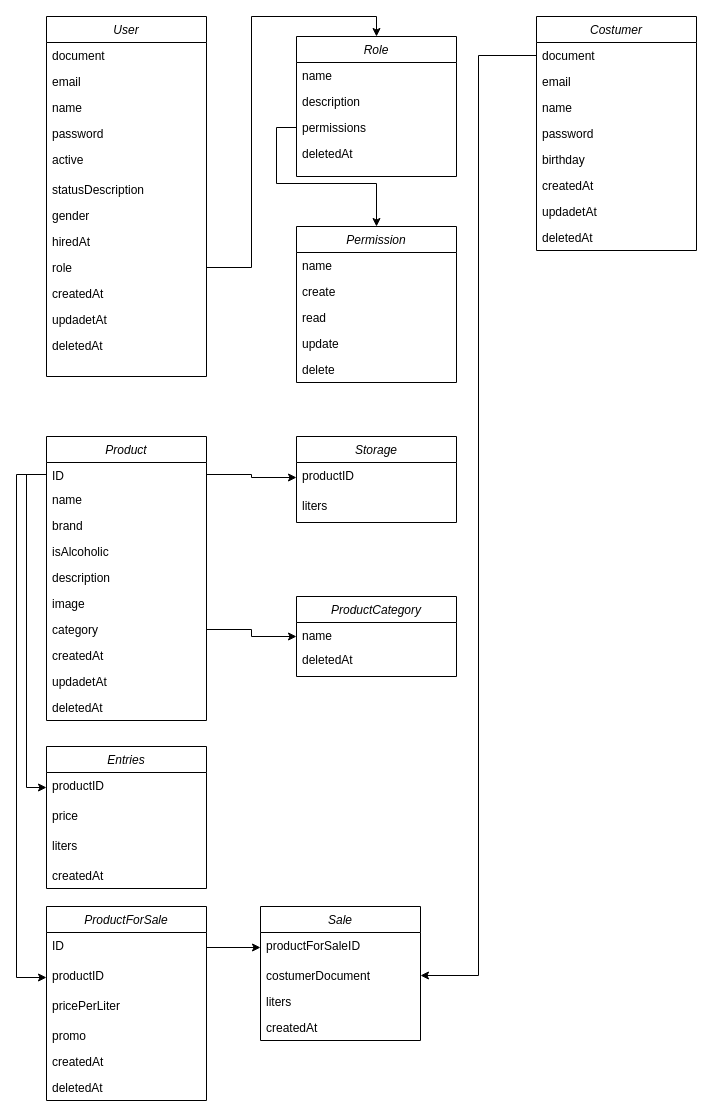
Before: docs/ClassDiagram.drawio in viniciusgugelmin/iam-next-up, a draw.io diagram. Source tidied: cells renumbered, new cells numbered last; positions are measured from the earlier drawing's top-left corner, leaving out a move shared by most shapes. Both pictures are drawn from the tidied source at 100%, with x=0, y=0 at pixel (16, 16).
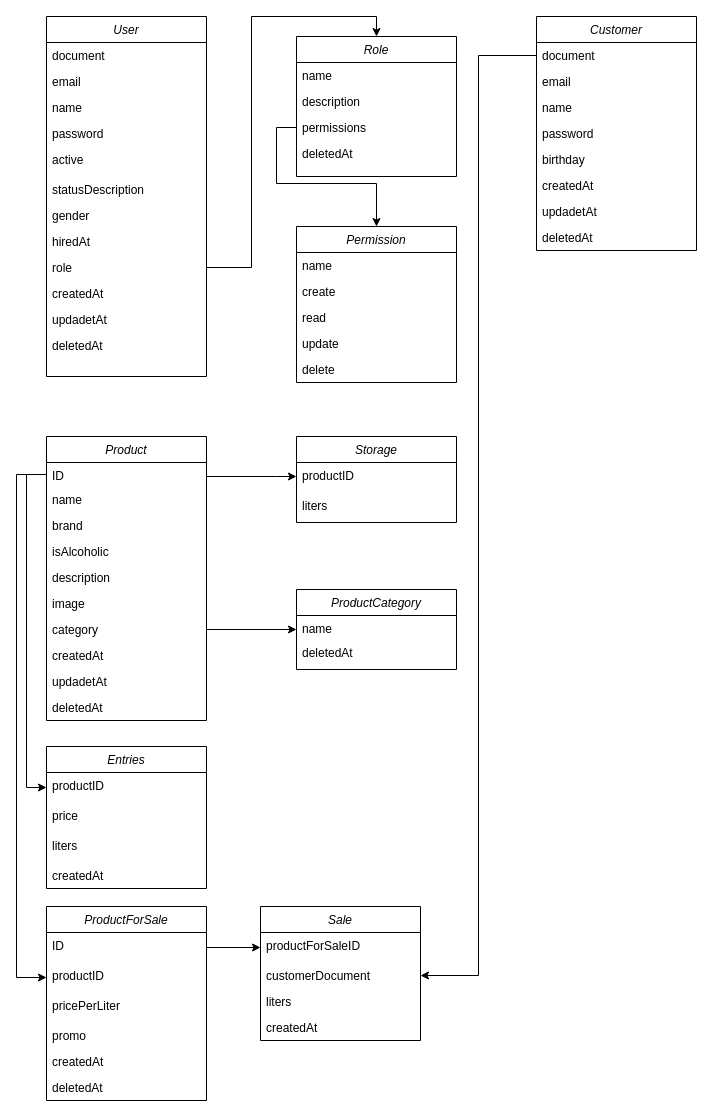
The same page after the edit.

Unchanged cells that the change refers to:
```xml
<mxCell id="29" value="ID" style="text;align=left;verticalAlign=top;spacingLeft=4;spacingRight=4;overflow=hidden;points=[[0,0.5],[1,0.5]];portConstraint=eastwest;" parent="28" vertex="1">
  <mxGeometry y="26" width="160" height="24" as="geometry" />
</mxCell>
<mxCell id="40" value="productID" style="text;align=left;verticalAlign=top;spacingLeft=4;spacingRight=4;overflow=hidden;points=[[0,0.5],[1,0.5]];portConstraint=eastwest;rounded=0;shadow=0;html=0;" parent="39" vertex="1">
  <mxGeometry y="26" width="160" height="30" as="geometry" />
</mxCell>
<mxCell id="61" value="Sale" style="swimlane;fontStyle=2;align=center;verticalAlign=top;horizontal=1;startSize=26;rounded=0;shadow=0;strokeWidth=1;" parent="1" vertex="1">
  <mxGeometry x="244" y="890" width="160" height="134" as="geometry" />
</mxCell>
```

Diff of the diagram source:
```diff
@@
     <mxCell id="42" style="edgeStyle=orthogonalEdgeStyle;rounded=0;jettySize=auto;html=1;strokeWidth=1;" parent="1" edge="1" source="29" target="40">
-      <mxGeometry relative="1" as="geometry" />
+      <mxGeometry relative="1" as="geometry">
+        <Array as="points">
+          <mxPoint x="260" y="460" />
+          <mxPoint x="260" y="460" />
+        </Array>
+      </mxGeometry>
     </mxCell>
     <mxCell id="43" value="ProductCategory" style="swimlane;fontStyle=2;align=center;verticalAlign=top;horizontal=1;startSize=26;rounded=0;shadow=0;strokeWidth=1;" parent="1" vertex="1">
-      <mxGeometry x="280" y="580" width="160" height="80" as="geometry" />
+      <mxGeometry x="280" y="573" width="160" height="80" as="geometry" />
     </mxCell>
@@
-    <mxCell id="63" value="costumerDocument" style="text;align=left;verticalAlign=top;spacingLeft=4;spacingRight=4;overflow=hidden;points=[[0,0.5],[1,0.5]];portConstraint=eastwest;rounded=0;shadow=0;html=0;" parent="61" vertex="1">
+    <mxCell id="63" value="customerDocument" style="text;align=left;verticalAlign=top;spacingLeft=4;spacingRight=4;overflow=hidden;points=[[0,0.5],[1,0.5]];portConstraint=eastwest;rounded=0;shadow=0;html=0;" parent="61" vertex="1">
       <mxGeometry y="56" width="160" height="26" as="geometry" />
     </mxCell>
@@
-    <mxCell id="67" value="Costumer" style="swimlane;fontStyle=2;align=center;verticalAlign=top;horizontal=1;startSize=26;rounded=0;shadow=0;strokeWidth=1;" parent="1" vertex="1">
+    <mxCell id="67" value="Customer" style="swimlane;fontStyle=2;align=center;verticalAlign=top;horizontal=1;startSize=26;rounded=0;shadow=0;strokeWidth=1;" parent="1" vertex="1">
       <mxGeometry x="520" width="160" height="234" as="geometry" />
     </mxCell>
```
